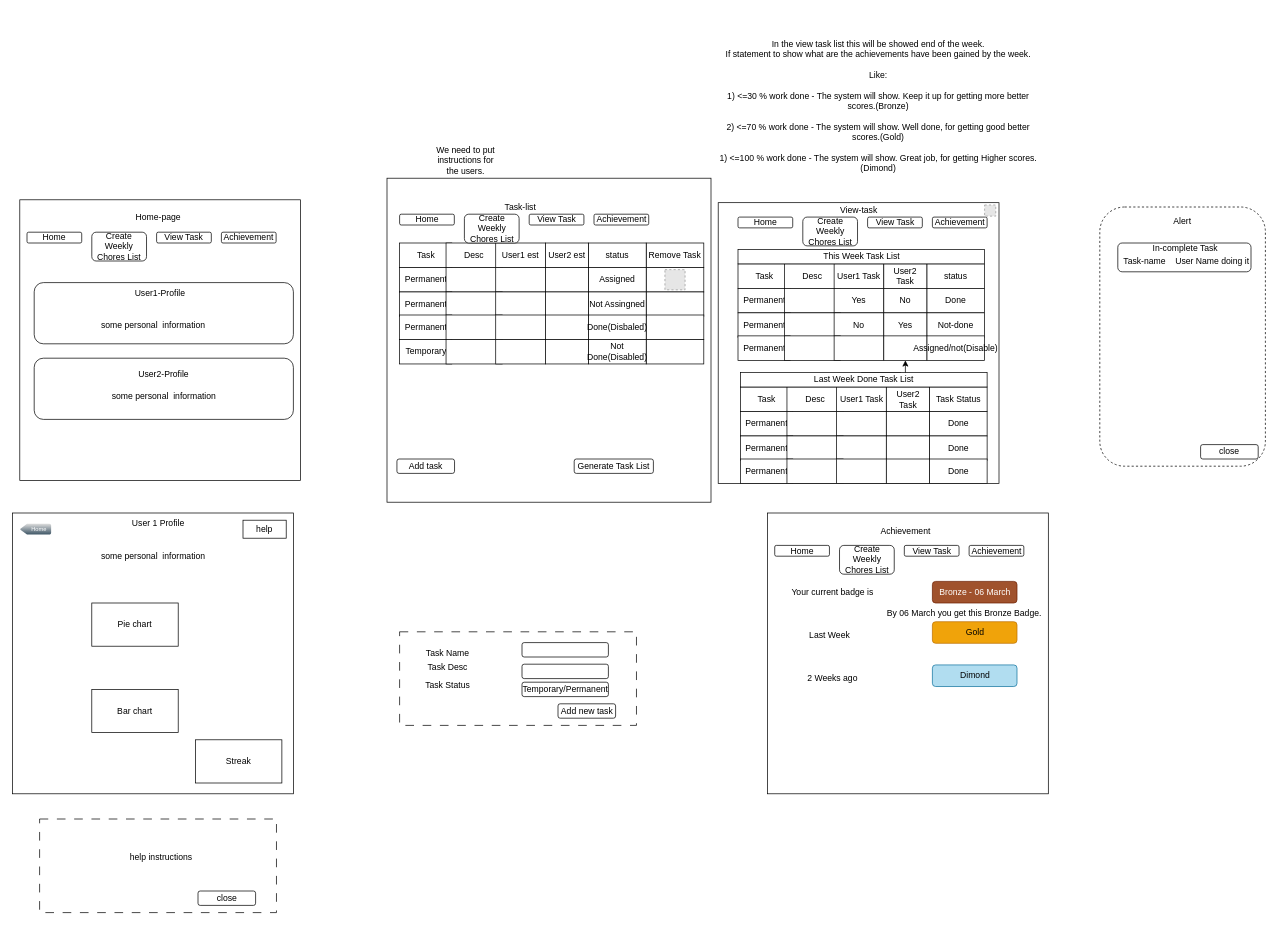
The draw.io diagram missions/GUI/Untitled.drawio in ray66han/SW-Etal-Grp-Work, before the edit. Source tidied: cells renumbered, new cells numbered last; positions are measured from the earlier drawing's top-left corner, leaving out a move shared by most shapes. Both pictures are drawn from the tidied source at 72%, with x=0, y=0 at pixel (12, 12). Pictures stored in the file or linked from it are replaced by grey dashed boxes.
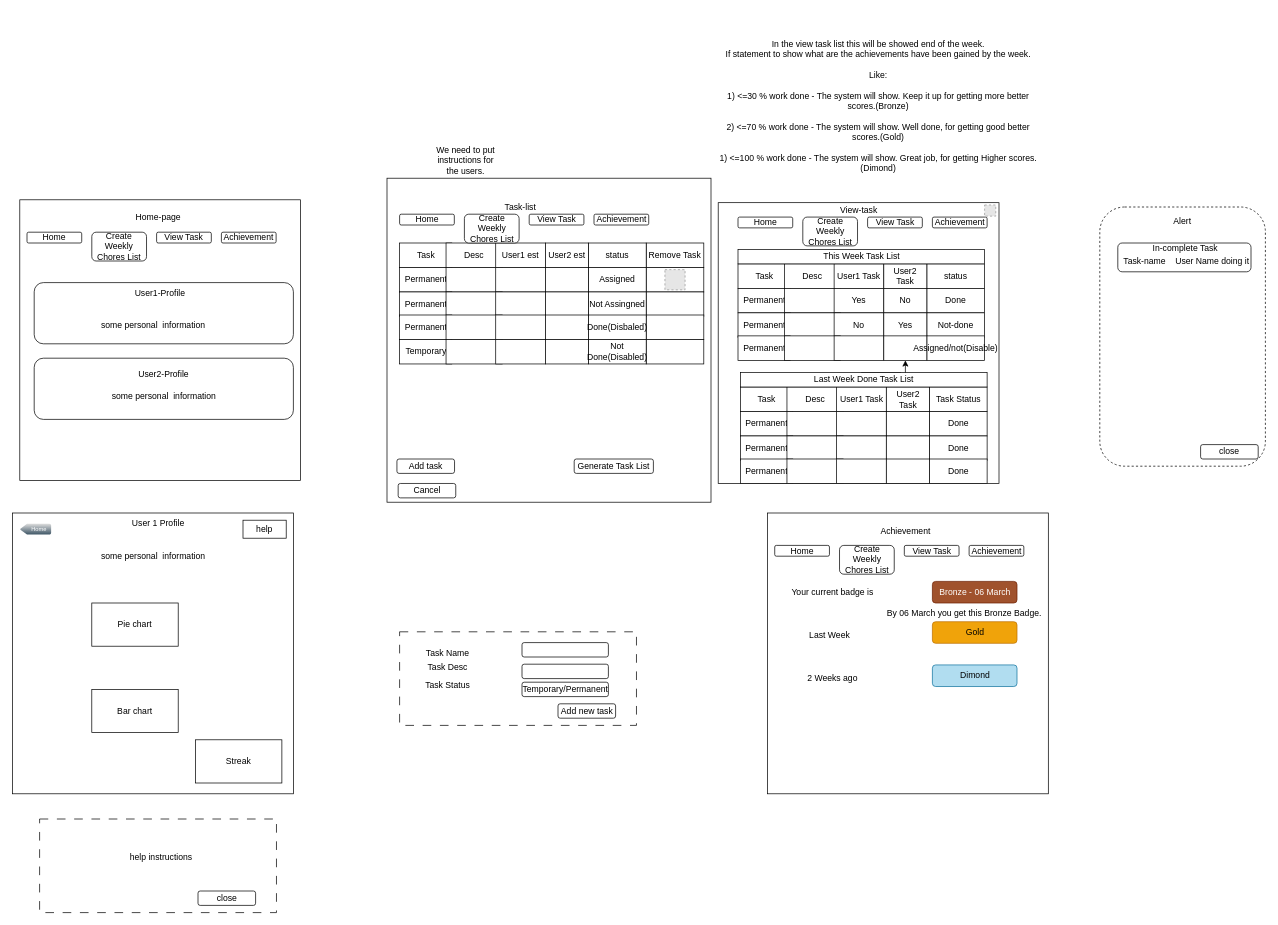
The same diagram, later.

Commit message:
new GUI file added with the Create Chroes list cancel btn

The edit, as a diff of the source:
```diff
@@
+    <mxCell id="144" value="Cancel" style="rounded=1;whiteSpace=wrap;html=1;" parent="1" vertex="1">
+      <mxGeometry x="535.5" y="654" width="80" height="20" as="geometry" />
+    </mxCell>
```
